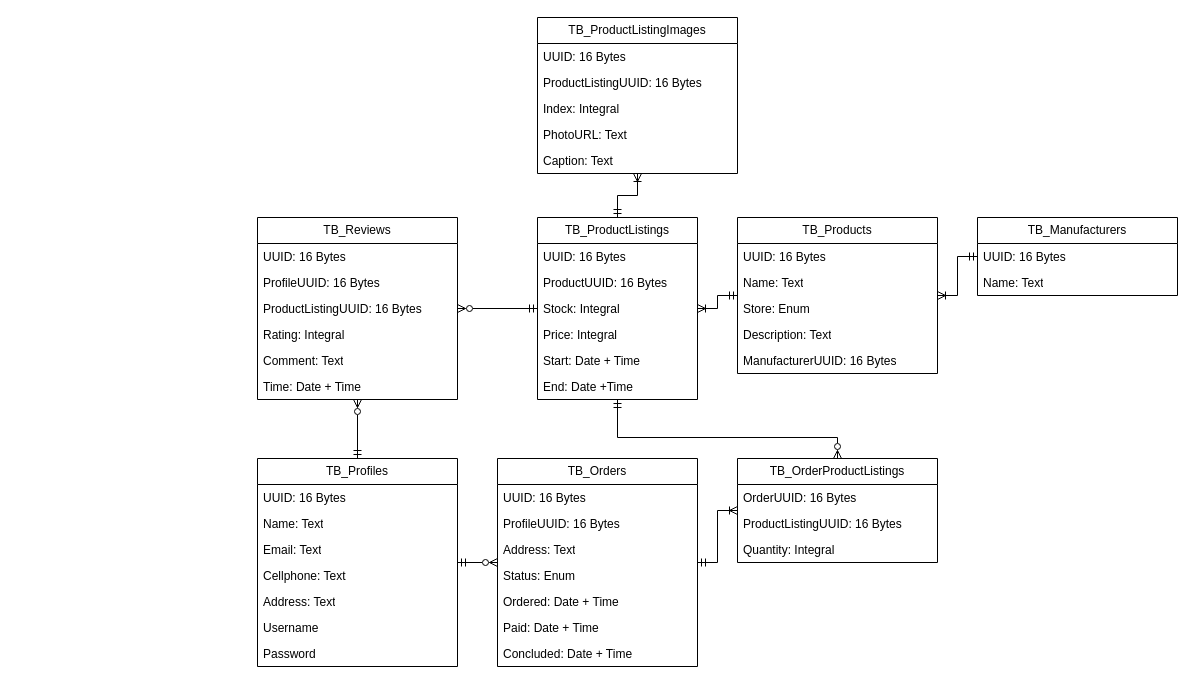
The draw.io diagram design/DB_DDnD.drawio in KrohnusMelavea/DDnD, before the edit. Source tidied: cells renumbered, new cells numbered last; positions are measured from the earlier drawing's top-left corner, leaving out a move shared by most shapes. Both pictures are drawn from the tidied source at 100%, with x=0, y=0 at pixel (257, 17).
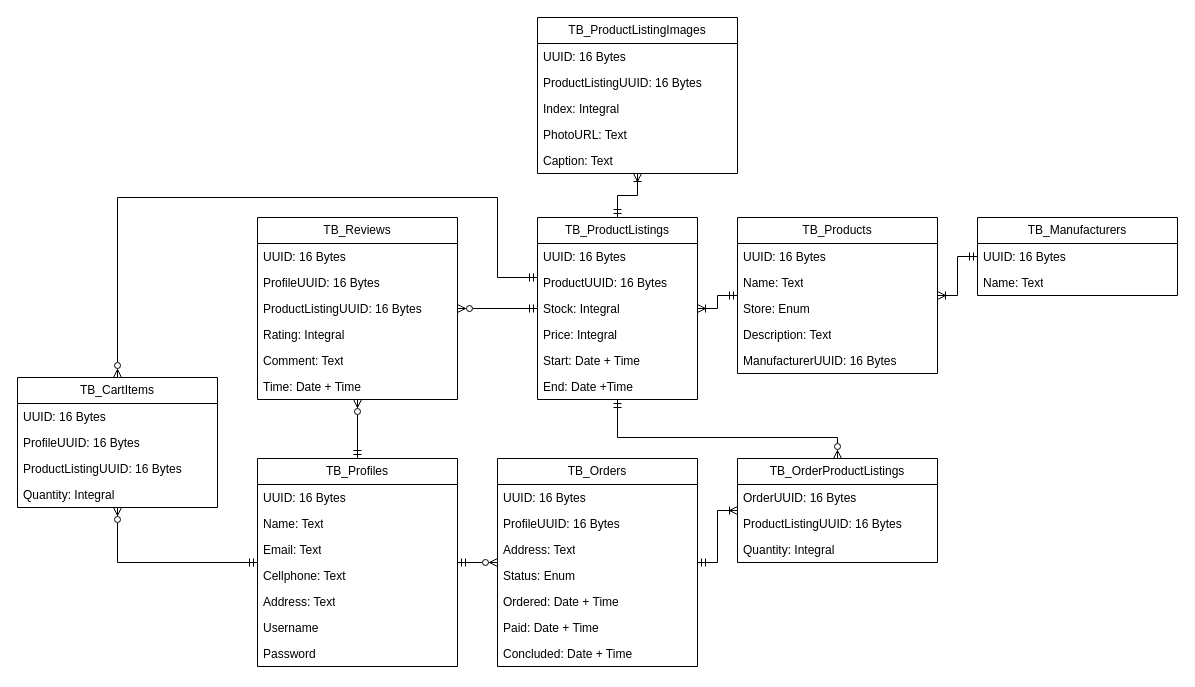
The same diagram, later.

Unchanged cells that the change refers to:
```xml
<mxCell id="3" value="TB_ProductListings" style="swimlane;fontStyle=0;horizontal=1;startSize=26;fillColor=none;whiteSpace=wrap;html=1;" parent="1" vertex="1">
  <mxGeometry x="280" y="200" width="160" height="182" as="geometry" />
</mxCell>
<mxCell id="27" value="TB_Profiles" style="swimlane;fontStyle=0;horizontal=1;startSize=26;fillColor=none;whiteSpace=wrap;html=1;" parent="1" vertex="1">
  <mxGeometry y="441" width="200" height="208" as="geometry" />
</mxCell>
```

Change to the diagram source:
```diff
@@
+    <mxCell id="63" style="edgeStyle=orthogonalEdgeStyle;rounded=0;jettySize=auto;html=1;endArrow=ERmandOne;endFill=0;startArrow=ERzeroToMany;startFill=0;" parent="1" edge="1" source="65" target="27">
+      <mxGeometry relative="1" as="geometry">
+        <Array as="points">
+          <mxPoint x="-140" y="545" />
+        </Array>
+      </mxGeometry>
+    </mxCell>
+    <mxCell id="64" style="edgeStyle=orthogonalEdgeStyle;rounded=0;jettySize=auto;html=1;endArrow=ERmandOne;endFill=0;startArrow=ERzeroToMany;startFill=0;" parent="1" edge="1" source="65" target="3">
+      <mxGeometry relative="1" as="geometry">
+        <Array as="points">
+          <mxPoint x="-140" y="180" />
+          <mxPoint x="240" y="180" />
+          <mxPoint x="240" y="260" />
+        </Array>
+      </mxGeometry>
+    </mxCell>
+    <mxCell id="65" value="TB_CartItems" style="swimlane;fontStyle=0;horizontal=1;startSize=26;fillColor=none;whiteSpace=wrap;html=1;" parent="1" vertex="1">
+      <mxGeometry x="-240" y="360" width="200" height="130" as="geometry" />
+    </mxCell>
+    <mxCell id="66" value="UUID: 16 Bytes" style="text;strokeColor=none;fillColor=none;align=left;verticalAlign=top;spacingLeft=4;spacingRight=4;overflow=hidden;whiteSpace=wrap;html=1;" parent="65" vertex="1">
+      <mxGeometry y="26" width="200" height="26" as="geometry" />
+    </mxCell>
+    <mxCell id="67" value="ProfileUUID: 16 Bytes" style="text;strokeColor=none;fillColor=none;align=left;verticalAlign=top;spacingLeft=4;spacingRight=4;overflow=hidden;whiteSpace=wrap;html=1;" parent="65" vertex="1">
+      <mxGeometry y="52" width="200" height="26" as="geometry" />
+    </mxCell>
+    <mxCell id="68" value="ProductListingUUID: 16 Bytes" style="text;strokeColor=none;fillColor=none;align=left;verticalAlign=top;spacingLeft=4;spacingRight=4;overflow=hidden;whiteSpace=wrap;html=1;" parent="65" vertex="1">
+      <mxGeometry y="78" width="200" height="26" as="geometry" />
+    </mxCell>
+    <mxCell id="69" value="Quantity: Integral" style="text;strokeColor=none;fillColor=none;align=left;verticalAlign=top;spacingLeft=4;spacingRight=4;overflow=hidden;whiteSpace=wrap;html=1;" parent="65" vertex="1">
+      <mxGeometry y="104" width="200" height="26" as="geometry" />
+    </mxCell>
+    <mxCell id="70" style="edgeStyle=orthogonalEdgeStyle;rounded=0;orthogonalLoop=1;jettySize=auto;html=1;exitX=1;exitY=0.5;exitDx=0;exitDy=0;" parent="65" edge="1">
+      <mxGeometry relative="1" as="geometry">
+        <mxPoint x="200" y="169" as="sourcePoint" />
+        <mxPoint x="200" y="169" as="targetPoint" />
+      </mxGeometry>
+    </mxCell>
```
